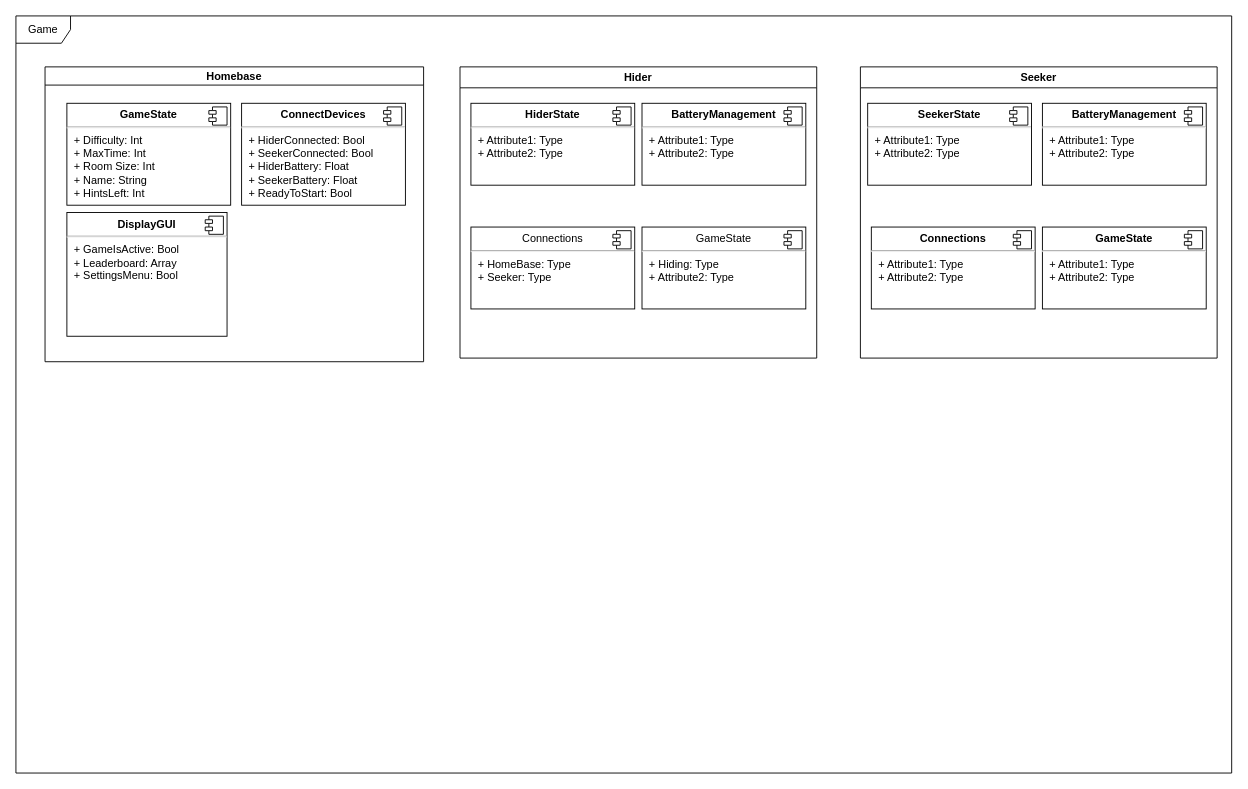
JoshMuir/JoshMuir keeps this draw.io diagram as Hide-Seek/Hide-Side-Data-Flow.drawio. Above is the earlier version. Source tidied: cells renumbered, new cells numbered last; positions are measured from the earlier drawing's top-left corner, leaving out a move shared by most shapes. Both pictures are drawn from the tidied source at 91%, with x=0, y=0 at pixel (15, 15).
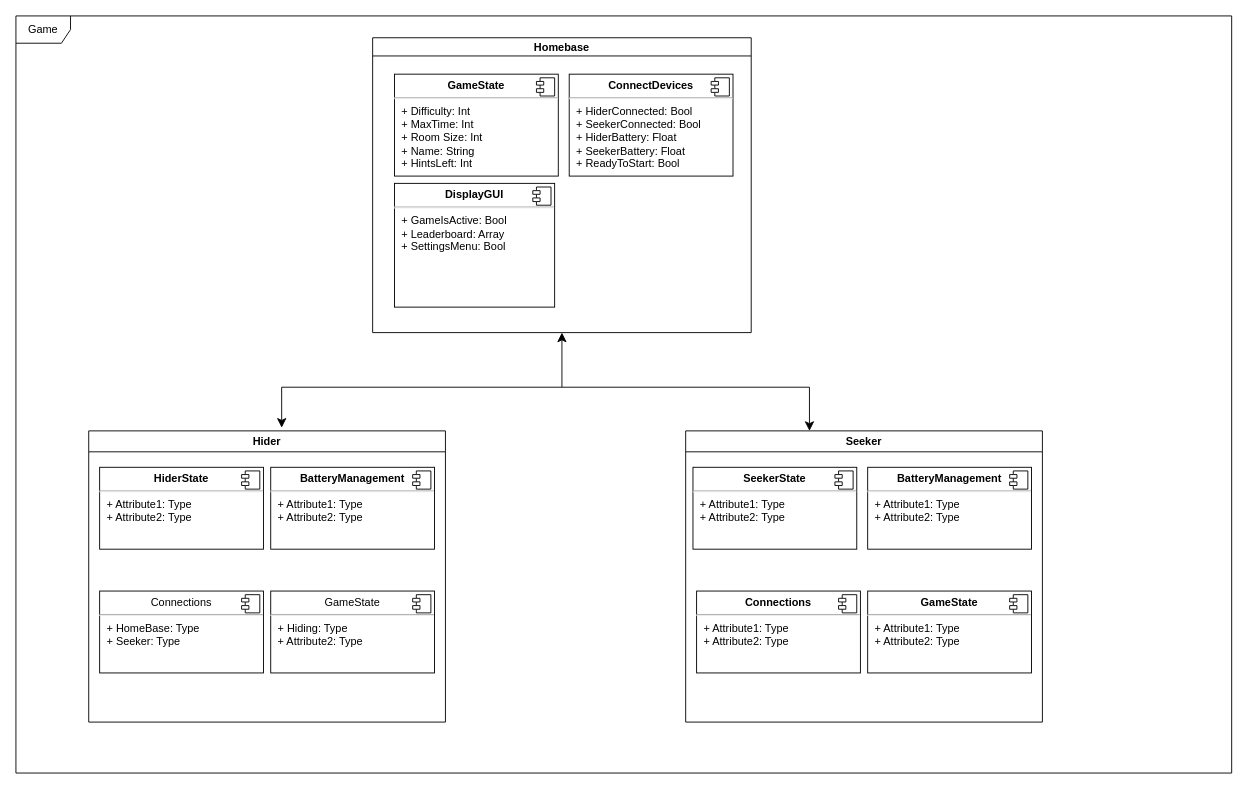
The same diagram, later.

What changed in the source:
```diff
@@
     <mxCell id="3" value="Homebase" style="swimlane;startSize=20;horizontal=1;containerType=tree;" parent="1" vertex="1">
-      <mxGeometry x="32" y="56" width="416" height="324" as="geometry" />
+      <mxGeometry x="392" y="24" width="416" height="324" as="geometry" />
     </mxCell>
@@
     <mxCell id="10" value="Hider" style="swimlane;" parent="1" vertex="1">
-      <mxGeometry x="488" y="56" width="392" height="320" as="geometry" />
+      <mxGeometry x="80" y="456" width="392" height="320" as="geometry" />
     </mxCell>
@@
     <mxCell id="19" value="Seeker" style="swimlane;" parent="1" vertex="1">
-      <mxGeometry x="928" y="56" width="392" height="320" as="geometry" />
+      <mxGeometry x="736" y="456" width="392" height="320" as="geometry" />
     </mxCell>
@@
+    <mxCell id="28" style="endArrow=classic;startArrow=classic;html=1;rounded=0;fontSize=12;startSize=8;endSize=8;entryX=0.5;entryY=1;entryDx=0;entryDy=0;exitX=0.541;exitY=-0.011;exitDx=0;exitDy=0;exitPerimeter=0;" parent="1" edge="1" source="10" target="3">
+      <mxGeometry relative="1" as="geometry">
+        <Array as="points">
+          <mxPoint x="292" y="408" />
+          <mxPoint x="600" y="408" />
+        </Array>
+      </mxGeometry>
+    </mxCell>
+    <mxCell id="29" value="&amp;nbsp;" style="text;whiteSpace=wrap;html=1;" parent="1" vertex="1">
+      <mxGeometry x="280" y="480" width="32" height="40" as="geometry" />
+    </mxCell>
+    <mxCell id="30" style="endArrow=classic;html=1;rounded=0;fontSize=12;startSize=8;endSize=8;entryX=0.347;entryY=0;entryDx=0;entryDy=0;entryPerimeter=0;" parent="1" edge="1" target="19">
+      <mxGeometry relative="1" as="geometry">
+        <mxPoint x="600" y="408" as="sourcePoint" />
+        <Array as="points">
+          <mxPoint x="872" y="408" />
+        </Array>
+      </mxGeometry>
+    </mxCell>
```
